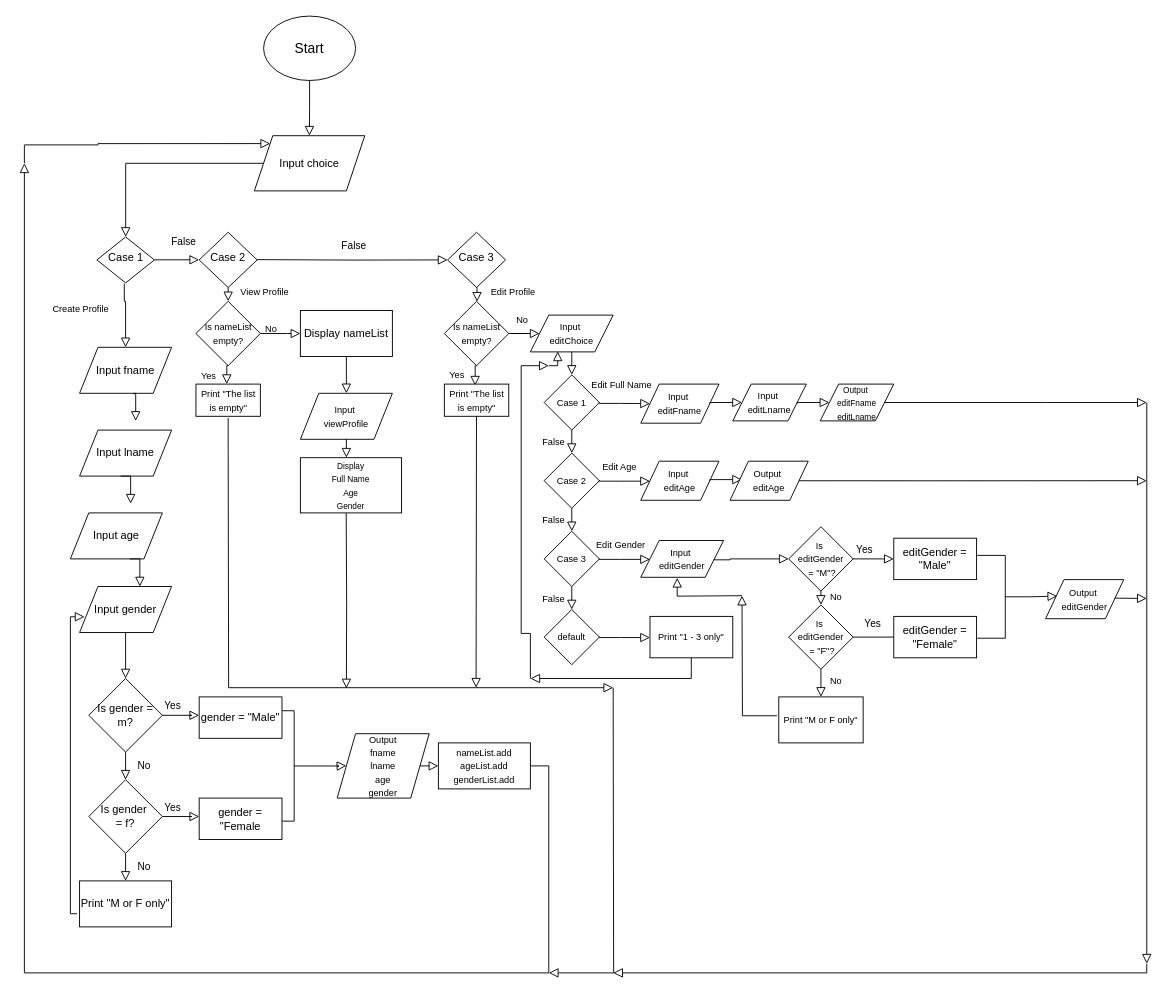
Earlier version of the draw.io diagram Untitled Diagram.drawio (Sens3iProgrammer/random_stuff). Source tidied: cells renumbered, new cells numbered last; positions are measured from the earlier drawing's top-left corner, leaving out a move shared by most shapes. Both pictures are drawn from the tidied source at 92%, with x=0, y=0 at pixel (24, 16).
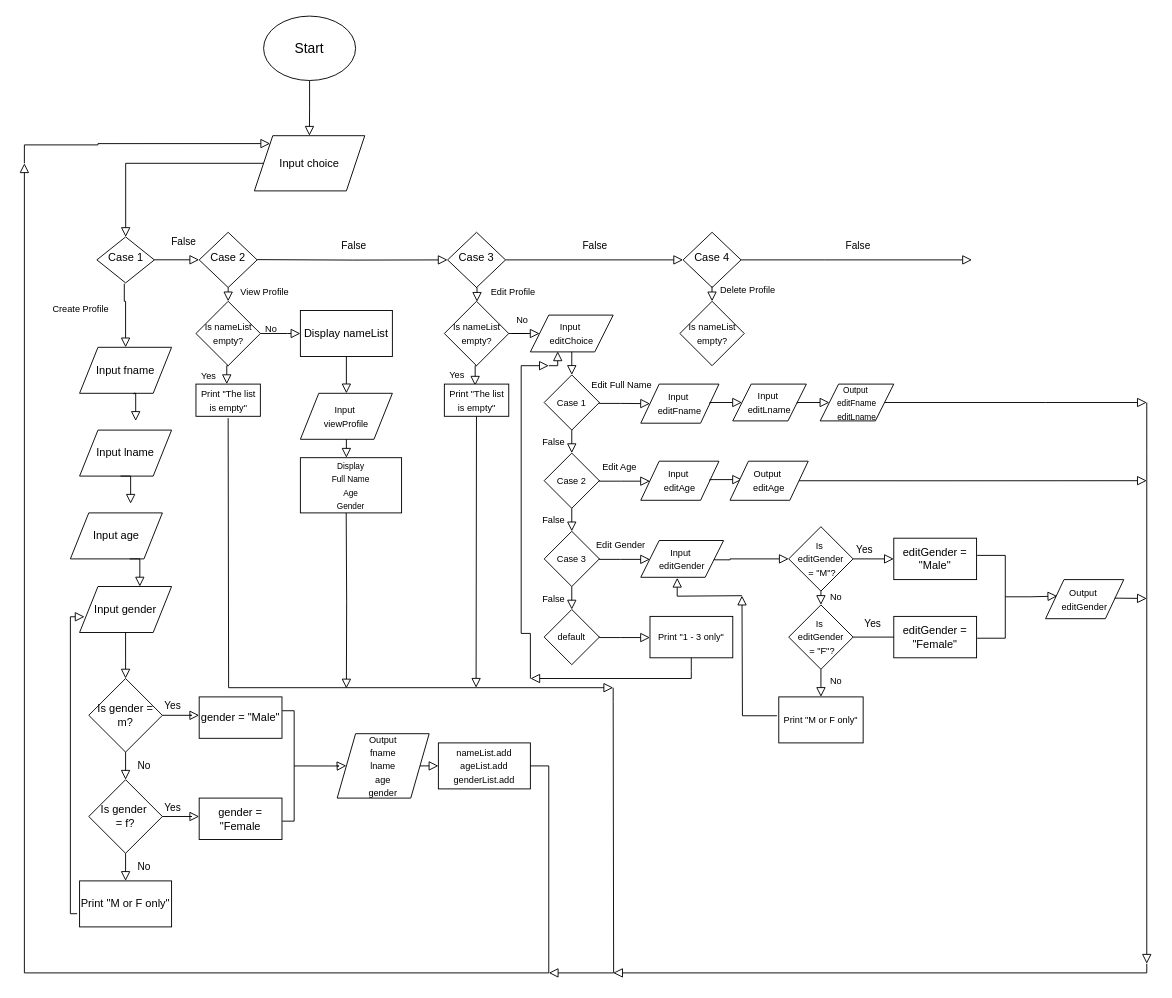
The same diagram, later.

The change refers to these unchanged cells:
```xml
<mxCell id="47" value="Case 3" style="rhombus;whiteSpace=wrap;html=1;shadow=0;fontFamily=Helvetica;fontSize=12;align=center;strokeWidth=1;spacing=6;spacingTop=-4;" parent="1" vertex="1">
  <mxGeometry x="460" y="235" width="63" height="60" as="geometry" />
</mxCell>
```

The edit, as a diff of the source:
```diff
@@
+    <mxCell id="102" value="Case 4" style="rhombus;whiteSpace=wrap;html=1;shadow=0;fontFamily=Helvetica;fontSize=12;align=center;strokeWidth=1;spacing=6;spacingTop=-4;" parent="1" vertex="1">
+      <mxGeometry x="716" y="235" width="63" height="60" as="geometry" />
+    </mxCell>
+    <mxCell id="103" value="False" style="rounded=0;html=1;jettySize=auto;fontSize=11;endArrow=block;endFill=0;endSize=8;strokeWidth=1;shadow=0;labelBackgroundColor=none;edgeStyle=orthogonalEdgeStyle;exitX=1;exitY=0.5;exitDx=0;exitDy=0;entryX=0;entryY=0.5;entryDx=0;entryDy=0;" parent="1" edge="1" source="47" target="102">
+      <mxGeometry x="0.01" y="15" relative="1" as="geometry" />
+    </mxCell>
+    <mxCell id="104" value="False" style="rounded=0;html=1;jettySize=auto;fontSize=11;endArrow=block;endFill=0;endSize=8;strokeWidth=1;shadow=0;labelBackgroundColor=none;edgeStyle=orthogonalEdgeStyle;exitX=1;exitY=0.5;exitDx=0;exitDy=0;" parent="1" edge="1" source="102">
+      <mxGeometry x="0.01" y="15" relative="1" as="geometry">
+        <mxPoint x="1030" y="265" as="targetPoint" />
+        <Array as="points">
+          <mxPoint x="870" y="265" />
+          <mxPoint x="870" y="265" />
+        </Array>
+      </mxGeometry>
+    </mxCell>
+    <mxCell id="105" value="&lt;span style=&quot;font-size: 10px;&quot;&gt;Delete Profile&lt;/span&gt;" style="rounded=0;html=1;jettySize=auto;fontSize=11;endArrow=block;endFill=0;endSize=8;strokeWidth=1;shadow=0;labelBackgroundColor=none;edgeStyle=orthogonalEdgeStyle;exitX=0.499;exitY=0.977;exitDx=0;exitDy=0;exitPerimeter=0;entryX=0.5;entryY=0;entryDx=0;entryDy=0;" parent="1" edge="1" source="102" target="106">
+      <mxGeometry x="-0.33" y="39" relative="1" as="geometry">
+        <Array as="points">
+          <mxPoint x="747" y="295" />
+          <mxPoint x="748" y="295" />
+        </Array>
+      </mxGeometry>
+    </mxCell>
+    <mxCell id="106" value="&lt;span style=&quot;font-size: 10px;&quot;&gt;Is nameList empty?&lt;/span&gt;" style="rhombus;whiteSpace=wrap;html=1;" parent="1" vertex="1">
+      <mxGeometry x="712.5" y="310" width="70" height="70" as="geometry" />
+    </mxCell>
```
